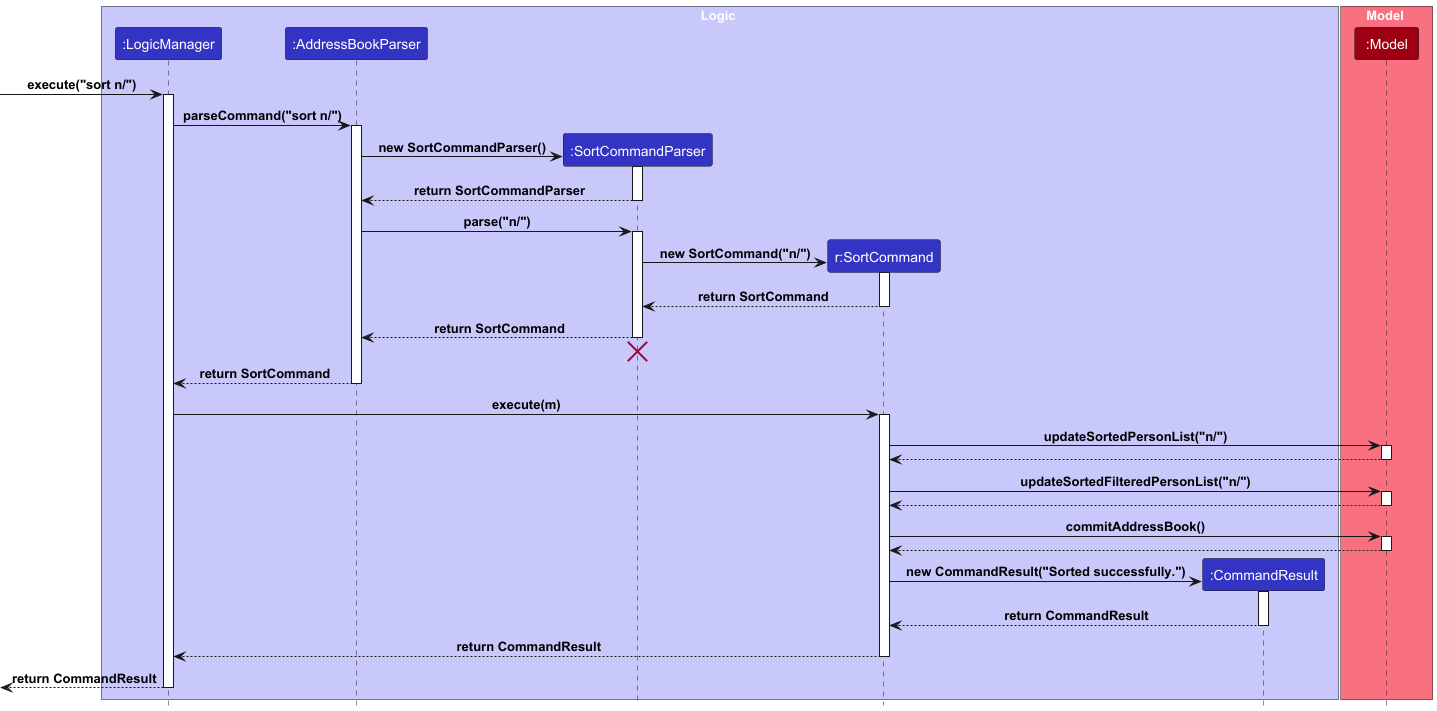
Before: docs/images/SortCommandSequenceDiagram.png, a diagram exported from PlantUML (carineang/tp).
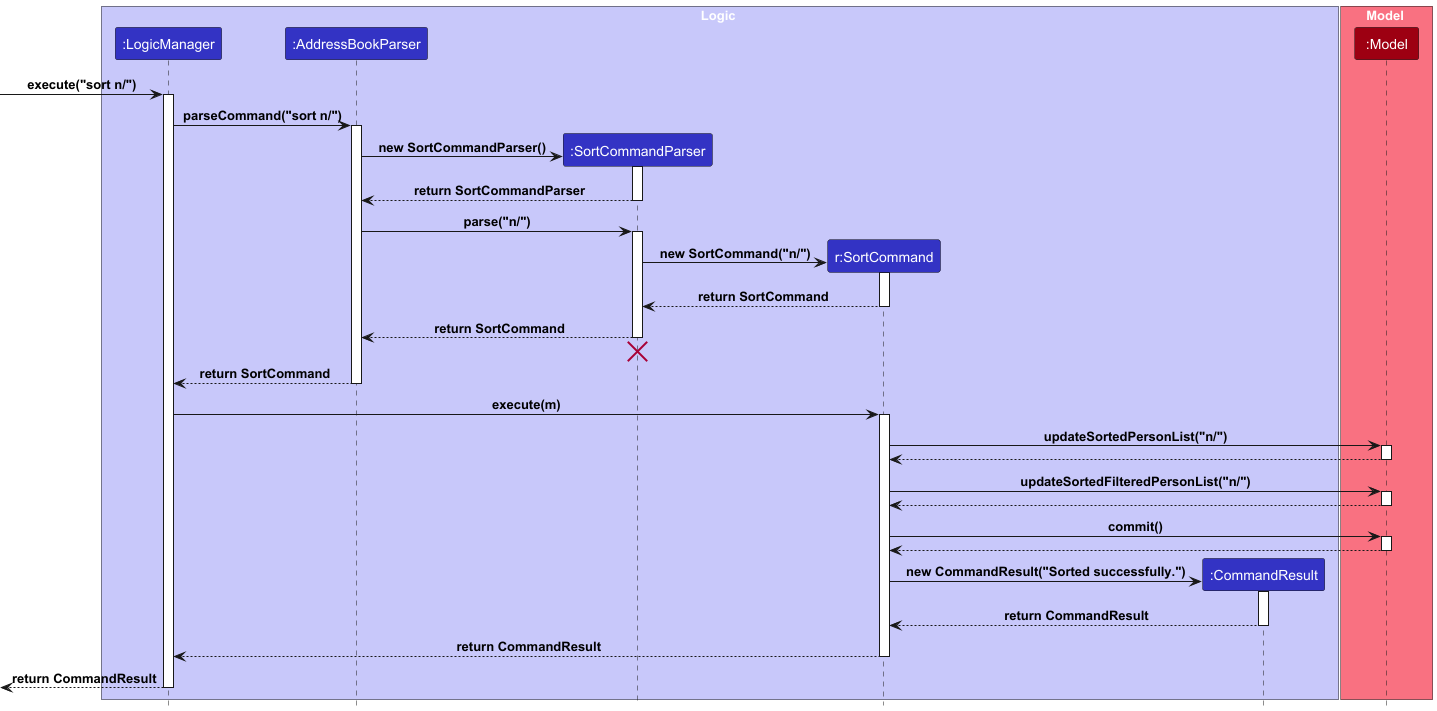
Later version of the same file.

Change to the diagram source:
```diff
@@ -59,7 +59,7 @@
 Model --> SortCommand
 deactivate Model
 
-SortCommand -> Model : commitAddressBook()
+SortCommand -> Model : commit()
 activate Model
 
 Model --> SortCommand
```
